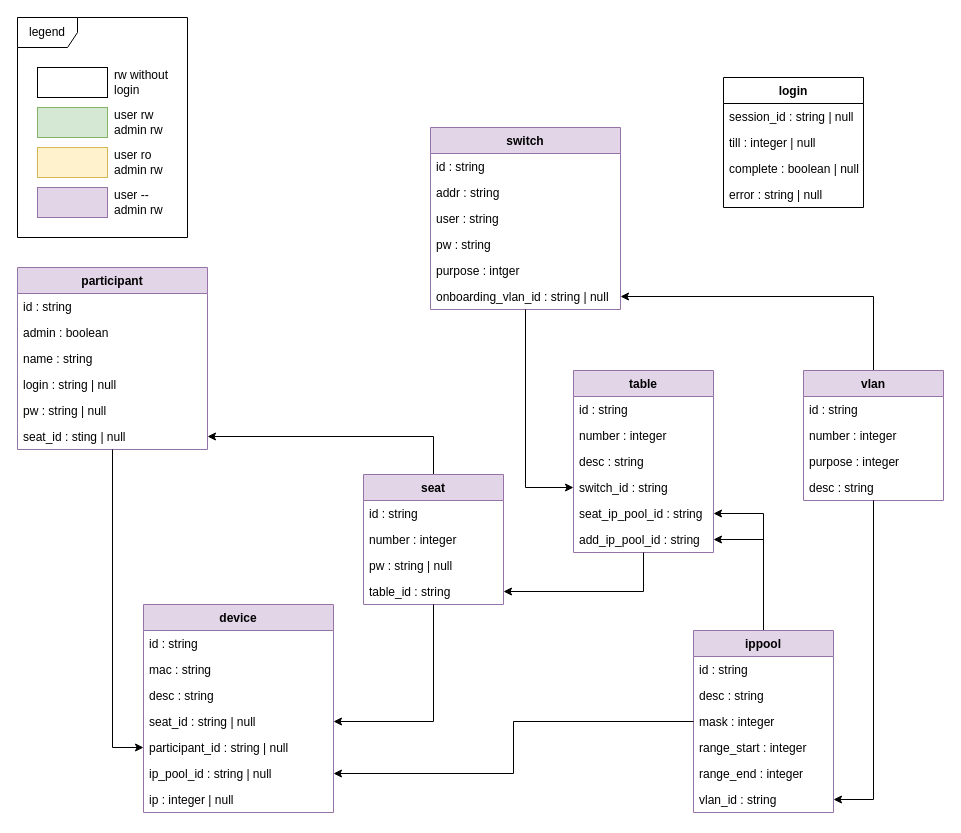
This is docs/api.drawio from nils-ost/LanPartyOnboardingSystem, a draw.io file, before an edit. Source tidied: cells renumbered, new cells numbered last; positions are measured from the earlier drawing's top-left corner, leaving out a move shared by most shapes. Both pictures are drawn from the tidied source at 100%, with x=0, y=0 at pixel (17, 17).
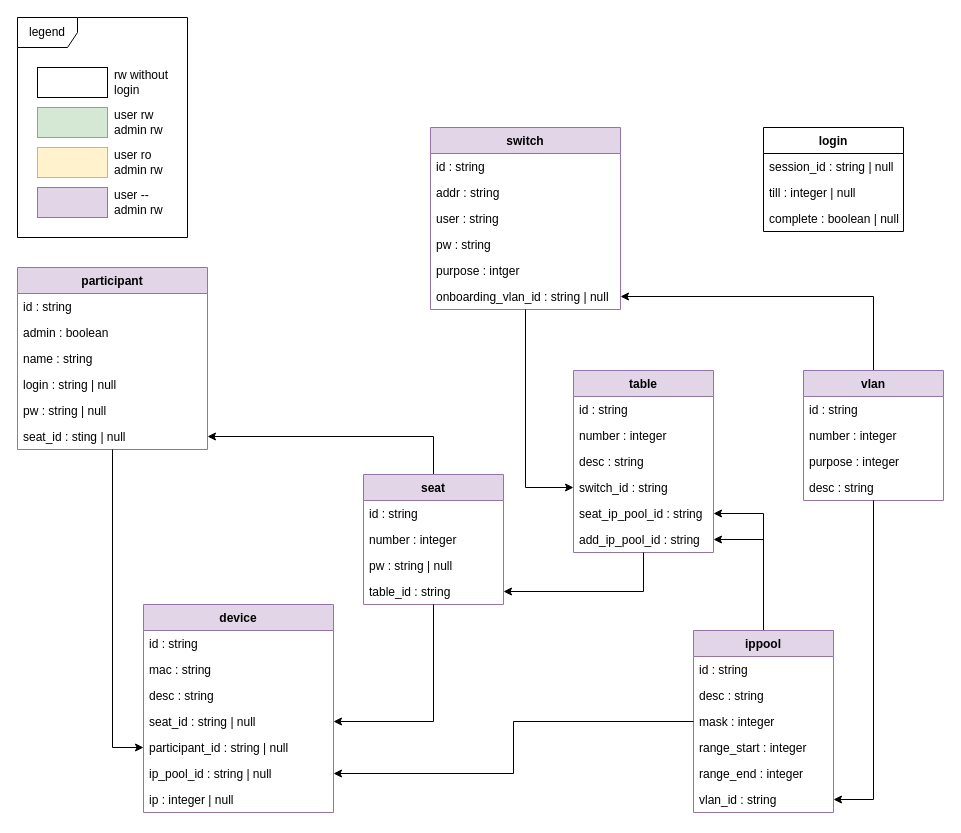
The same page after the edit.

Diff of the diagram source:
```diff
@@
     <mxCell id="2" value="login" style="swimlane;fontStyle=1;horizontal=1;startSize=26;fillColor=none;" parent="1" vertex="1">
-      <mxGeometry x="706" y="60" width="140" height="130" as="geometry" />
+      <mxGeometry x="746" y="110" width="140" height="104" as="geometry" />
     </mxCell>
@@
-    <mxCell id="6" value="error : string | null" style="text;strokeColor=none;fillColor=none;align=left;verticalAlign=top;spacingLeft=4;spacingRight=4;overflow=hidden;" parent="2" vertex="1">
-      <mxGeometry y="104" width="140" height="26" as="geometry" />
-    </mxCell>
```
